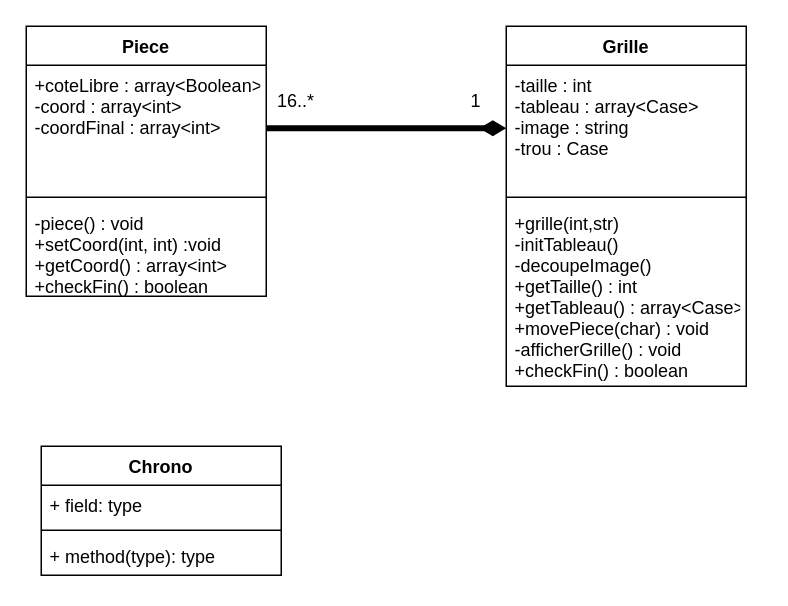
This is Diagramme_Classes.drawio from tiphainewo/Projet-Taquin, a draw.io file, before an edit. Source tidied: cells renumbered, new cells numbered last; positions are measured from the earlier drawing's top-left corner, leaving out a move shared by most shapes. Both pictures are drawn from the tidied source at 150%, with x=0, y=0 at pixel (26, 26).
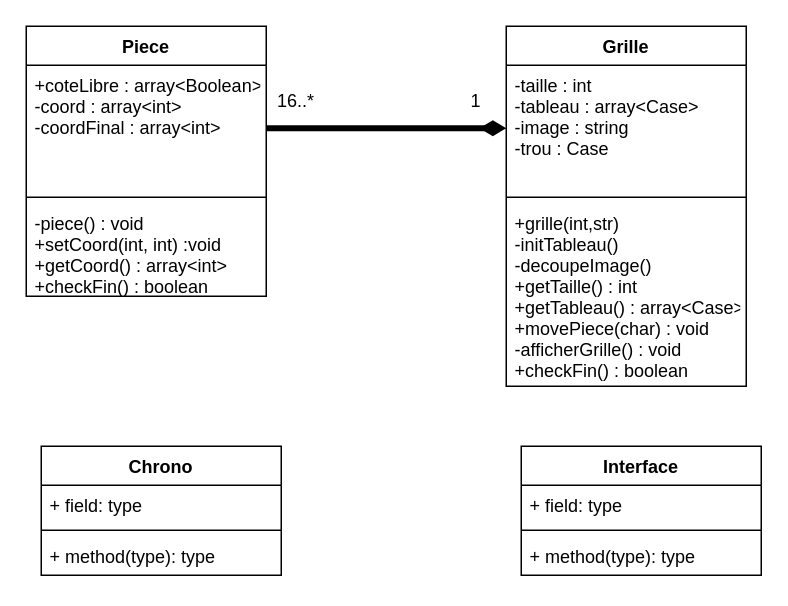
Above is the later version.

What changed in the source:
```diff
@@
+    <mxCell id="17" value="Interface" style="swimlane;fontStyle=1;align=center;verticalAlign=top;horizontal=1;startSize=26;" parent="1" vertex="1">
+      <mxGeometry x="330" y="280" width="160" height="86" as="geometry" />
+    </mxCell>
+    <mxCell id="18" value="+ field: type" style="text;strokeColor=none;fillColor=none;align=left;verticalAlign=top;spacingLeft=4;spacingRight=4;overflow=hidden;" parent="17" vertex="1">
+      <mxGeometry y="26" width="160" height="26" as="geometry" />
+    </mxCell>
+    <mxCell id="19" style="line;strokeWidth=1;fillColor=none;align=left;verticalAlign=middle;spacingTop=-1;spacingLeft=3;spacingRight=3;labelPosition=right;" parent="17" vertex="1">
+      <mxGeometry y="52" width="160" height="8" as="geometry" />
+    </mxCell>
+    <mxCell id="20" value="+ method(type): type" style="text;strokeColor=none;fillColor=none;align=left;verticalAlign=top;spacingLeft=4;spacingRight=4;overflow=hidden;" parent="17" vertex="1">
+      <mxGeometry y="60" width="160" height="26" as="geometry" />
+    </mxCell>
```
